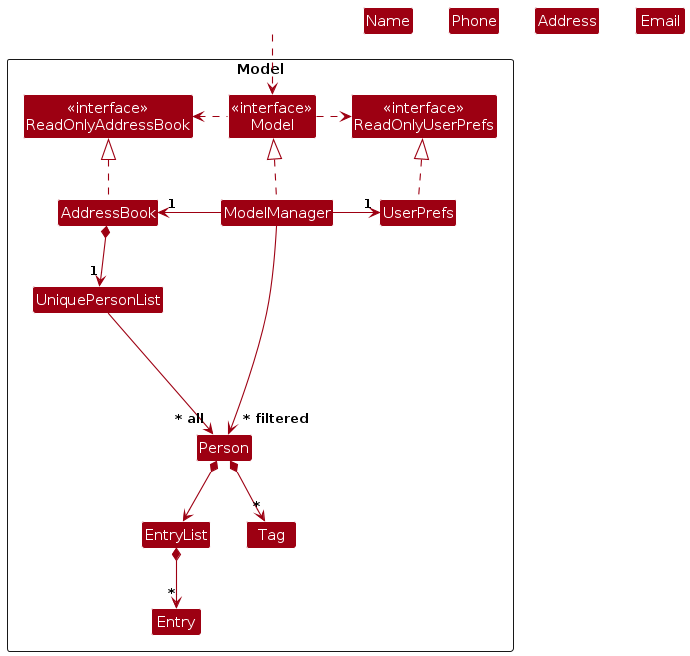
This is diagrams/ModelClassDiagram.png from AY2324S2-CS2103T-W13-3/tp, a PlantUML export, as it was before one commit. Its source is kept beside it as diagrams/ModelClassDiagram.puml.
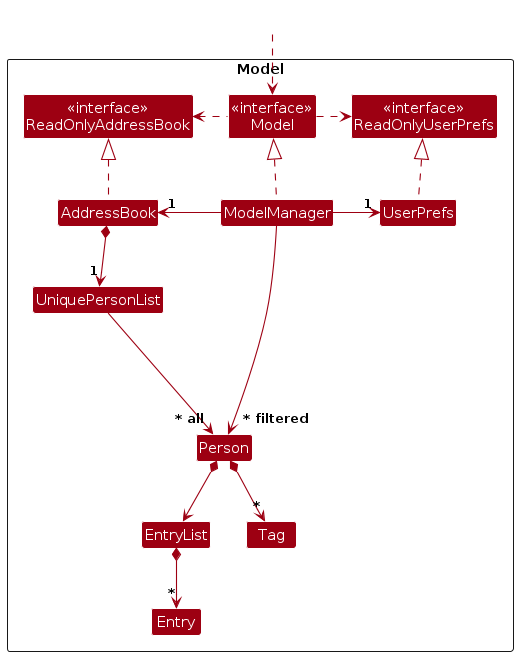
After the change.

Change to the diagram source:
```diff
@@ -42,9 +42,5 @@
 Person -[hidden]up--> I
 UniquePersonList -[hidden]right-> I
 
-Name -[hidden]right-> Phone
-Phone -[hidden]right-> Address
-Address -[hidden]right-> Email
-
 ModelManager --> "~* filtered" Person
 @enduml
```
